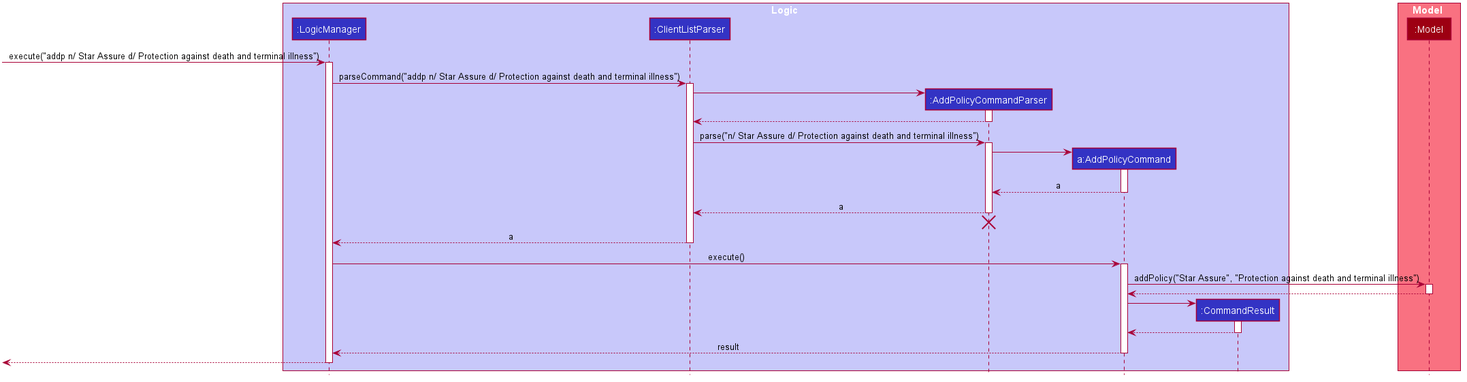
Above: docs/images/AddPolicySequenceDiagram.png in nus-cs2103-AY2021S1/tp (PlantUML), before the change. Source of this version:
```plantuml
@startuml








skinparam BackgroundColor #FFFFFFF

skinparam Shadowing false

skinparam Class {
    FontColor #FFFFFF
    BorderThickness 1
    BorderColor #FFFFFF
    StereotypeFontColor #FFFFFF
    FontName Arial
}

skinparam Actor {
    BorderColor #000000
    Color #000000
    FontName Arial
}

skinparam Sequence {
    MessageAlign center
    BoxFontSize 15
    BoxPadding 0
    BoxFontColor #FFFFFF
    FontName Arial
}

skinparam Participant {
    FontColor #FFFFFFF
    Padding 20
}

skinparam MinClassWidth 50
skinparam ParticipantPadding 10
skinparam Shadowing false
skinparam DefaultTextAlignment center
skinparam packageStyle Rectangle

hide footbox
hide members
hide circle

box Logic #C8C8FA
participant ":LogicManager" as LogicManager #3333C4
participant ":ClientListParser" as ClientListParser #3333C4
participant ":AddPolicyCommandParser" as AddPolicyCommandParser #3333C4
participant "a:AddPolicyCommand" as AddPolicyCommand #3333C4
participant ":CommandResult" as CommandResult #3333C4
end box

box Model #F97181
participant ":Model" as Model #9D0012
end box

[-> LogicManager : execute("addp n/ Star Assure d/ Protection against death and terminal illness")
activate LogicManager

LogicManager -> ClientListParser : parseCommand("addp n/ Star Assure d/ Protection against death and terminal illness")
activate ClientListParser

create AddPolicyCommandParser
ClientListParser -> AddPolicyCommandParser
activate AddPolicyCommandParser

AddPolicyCommandParser --> ClientListParser
deactivate AddPolicyCommandParser

ClientListParser -> AddPolicyCommandParser : parse("n/ Star Assure d/ Protection against death and terminal illness")
activate AddPolicyCommandParser

create AddPolicyCommand
AddPolicyCommandParser -> AddPolicyCommand
activate AddPolicyCommand

AddPolicyCommand --> AddPolicyCommandParser : a
deactivate AddPolicyCommand

AddPolicyCommandParser --> ClientListParser : a
deactivate AddPolicyCommandParser
AddPolicyCommandParser -[hidden]-> ClientListParser
destroy AddPolicyCommandParser

ClientListParser --> LogicManager : a
deactivate ClientListParser

LogicManager -> AddPolicyCommand : execute()
activate AddPolicyCommand

AddPolicyCommand -> Model : addPolicy("Star Assure", "Protection against death and terminal illness")
activate Model

Model --> AddPolicyCommand
deactivate Model

create CommandResult
AddPolicyCommand -> CommandResult
activate CommandResult

CommandResult --> AddPolicyCommand
deactivate CommandResult

AddPolicyCommand --> LogicManager : result
deactivate AddPolicyCommand

[<--LogicManager
deactivate LogicManager
@enduml
```
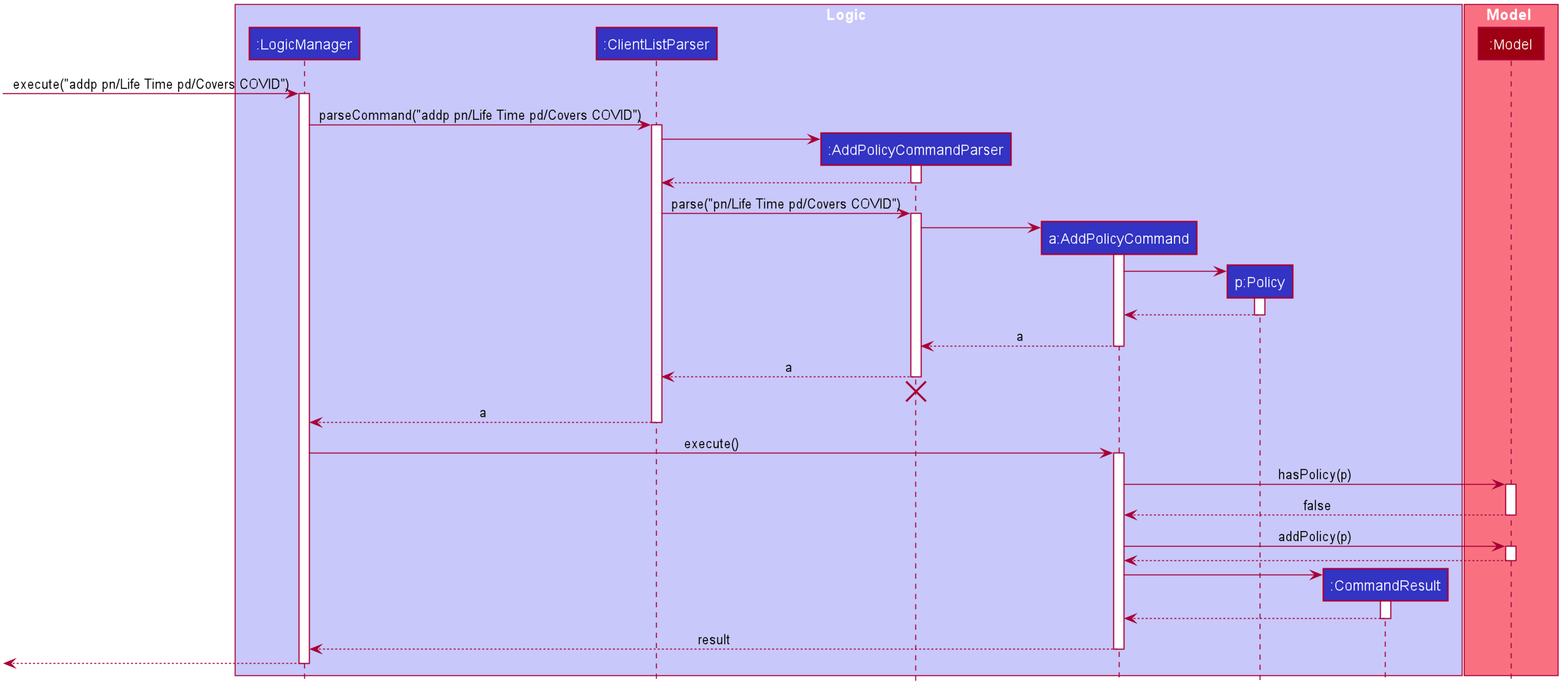
The same file after the commit.

Commit message:
Update policy implementation

Change to the diagram source:
```diff
@@ -53,17 +53,19 @@
 participant ":ClientListParser" as ClientListParser #3333C4
 participant ":AddPolicyCommandParser" as AddPolicyCommandParser #3333C4
 participant "a:AddPolicyCommand" as AddPolicyCommand #3333C4
+participant "p:Policy" as Policy #3333C4
 participant ":CommandResult" as CommandResult #3333C4
+
 end box
 
 box Model #F97181
 participant ":Model" as Model #9D0012
 end box
 
-[-> LogicManager : execute("addp n/ Star Assure d/ Protection against death and terminal illness")
+[-> LogicManager : execute("addp pn/Life Time pd/Covers COVID")
 activate LogicManager
 
-LogicManager -> ClientListParser : parseCommand("addp n/ Star Assure d/ Protection against death and terminal illness")
+LogicManager -> ClientListParser : parseCommand("addp pn/Life Time pd/Covers COVID")
 activate ClientListParser
 
 create AddPolicyCommandParser
@@ -73,12 +75,20 @@
 AddPolicyCommandParser --> ClientListParser
 deactivate AddPolicyCommandParser
 
-ClientListParser -> AddPolicyCommandParser : parse("n/ Star Assure d/ Protection against death and terminal illness")
+
+ClientListParser -> AddPolicyCommandParser : parse("pn/Life Time pd/Covers COVID")
 activate AddPolicyCommandParser
 
 create AddPolicyCommand
 AddPolicyCommandParser -> AddPolicyCommand
 activate AddPolicyCommand
+
+create Policy
+AddPolicyCommand -> Policy
+activate Policy
+
+Policy --> AddPolicyCommand
+deactivate Policy
 
 AddPolicyCommand --> AddPolicyCommandParser : a
 deactivate AddPolicyCommand
@@ -94,7 +104,13 @@
 LogicManager -> AddPolicyCommand : execute()
 activate AddPolicyCommand
 
-AddPolicyCommand -> Model : addPolicy("Star Assure", "Protection against death and terminal illness")
+AddPolicyCommand -> Model : hasPolicy(p)
+activate Model
+
+Model --> AddPolicyCommand : false
+deactivate Model
+
+AddPolicyCommand -> Model : addPolicy(p)
 activate Model
 
 Model --> AddPolicyCommand
```
